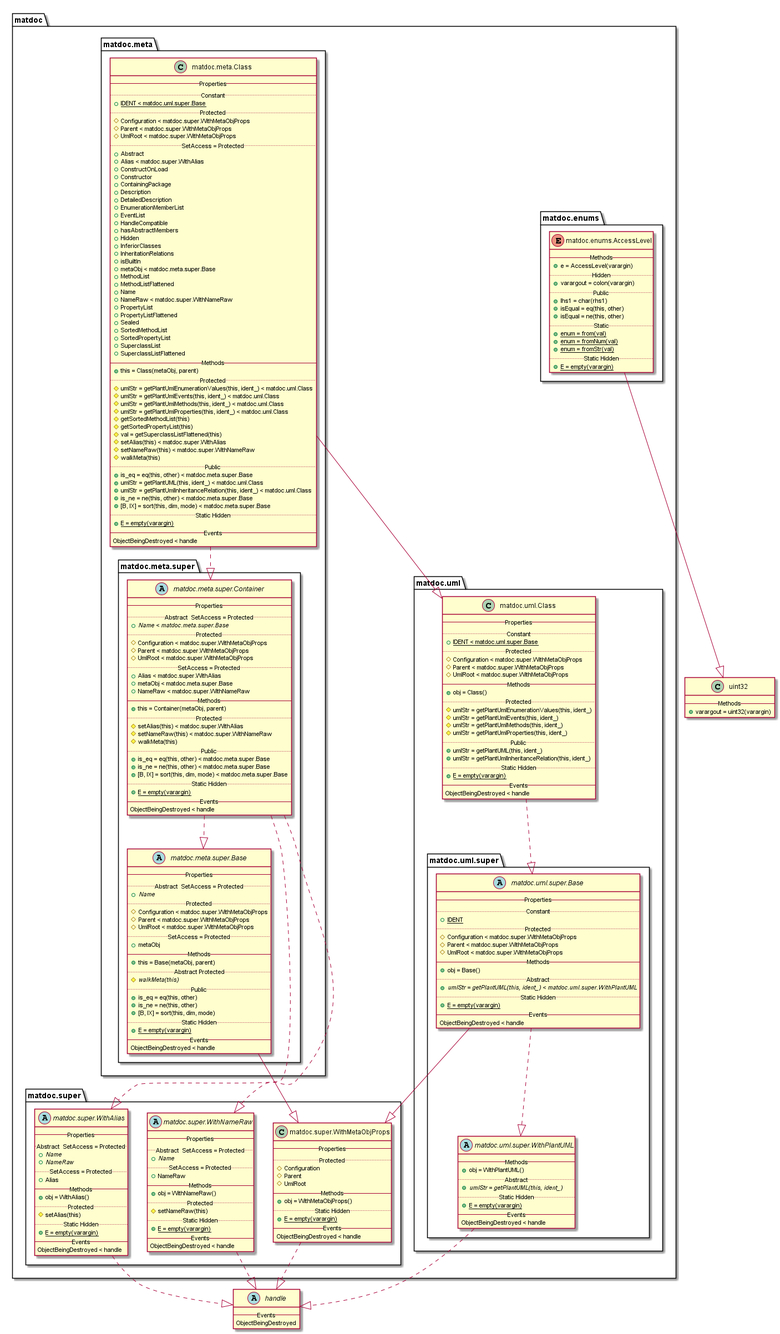
The PlantUML diagram doc/uml-examples/export-class-HideEnumerationMember-true.png in flxdot/matdoc, before a commit.
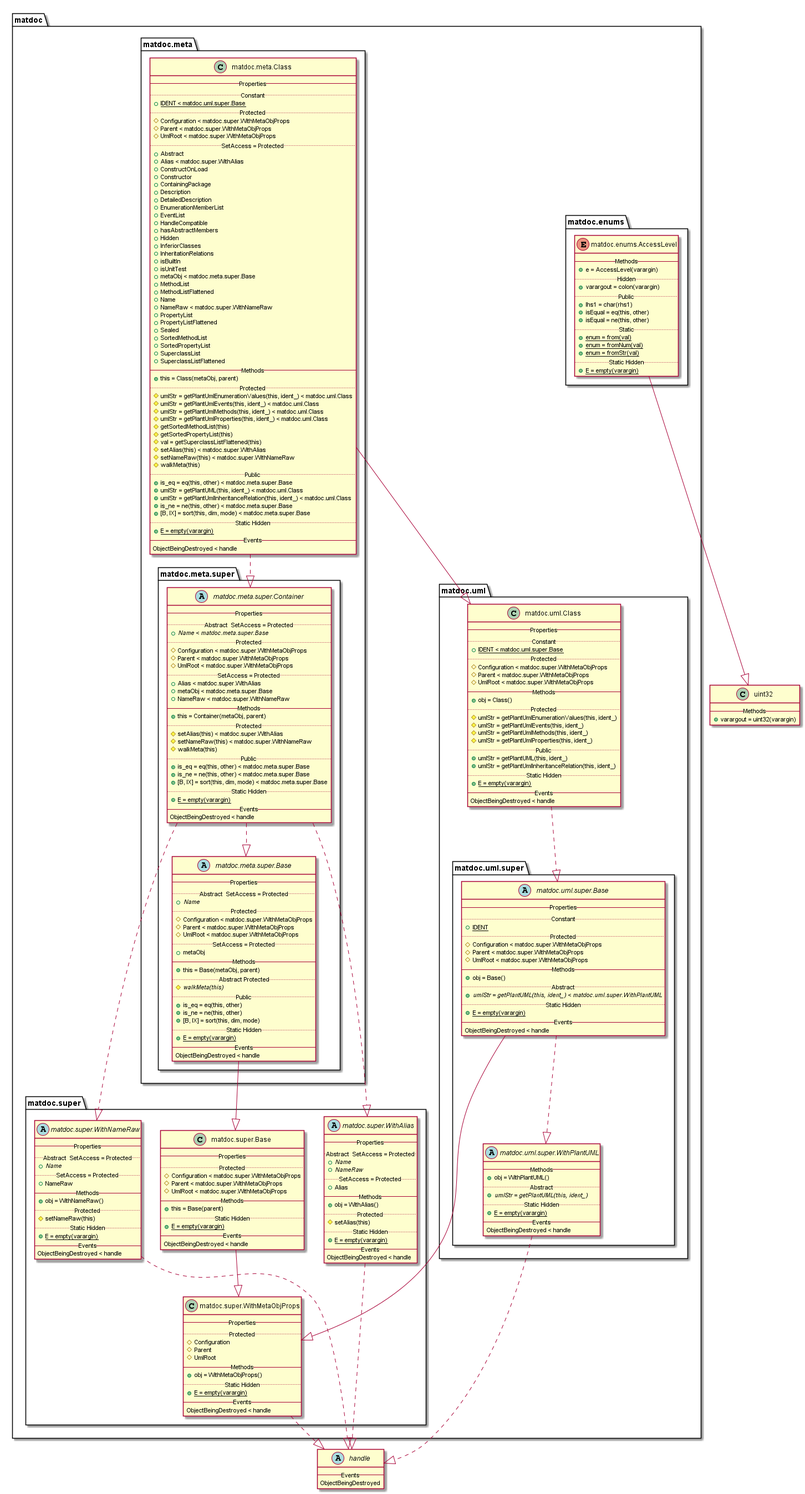
After the commit.

What changed in the source:
```diff
@@ -61,6 +61,7 @@
          {field} + InferiorClasses
          {field} + InheritationRelations
          {field} + isBuiltIn
+         {field} + isUnitTest
          {field} + metaObj < matdoc.meta.super.Base
          {field} + MethodList
          {field} + MethodListFlattened
@@ -157,6 +158,20 @@
    }
 
    package matdoc.super {
+
+      class matdoc.super.Base {
+         -- Properties --
+         .. Protected ..
+         {field} # Configuration < matdoc.super.WithMetaObjProps
+         {field} # Parent < matdoc.super.WithMetaObjProps
+         {field} # UmlRoot < matdoc.super.WithMetaObjProps
+         -- Methods --
+         {method} + this = Base(parent)
+         .. Static Hidden ..
+         {method} {static} + E = empty(varargin)
+         -- Events --
+         ObjectBeingDestroyed < handle
+      }
 
       abstract class matdoc.super.WithAlias {
          -- Properties --
@@ -274,10 +289,11 @@
 matdoc.enums.AccessLevel --|> uint32
 matdoc.meta.Class ..|> matdoc.meta.super.Container
 matdoc.meta.Class --|> matdoc.uml.Class
-matdoc.meta.super.Base --|> matdoc.super.WithMetaObjProps
+matdoc.meta.super.Base --|> matdoc.super.Base
 matdoc.meta.super.Container ..|> matdoc.meta.super.Base
 matdoc.meta.super.Container ..|> matdoc.super.WithNameRaw
 matdoc.meta.super.Container ..|> matdoc.super.WithAlias
+matdoc.super.Base --|> matdoc.super.WithMetaObjProps
 matdoc.super.WithAlias ..|> handle
 matdoc.super.WithMetaObjProps ..|> handle
 matdoc.super.WithNameRaw ..|> handle
```
